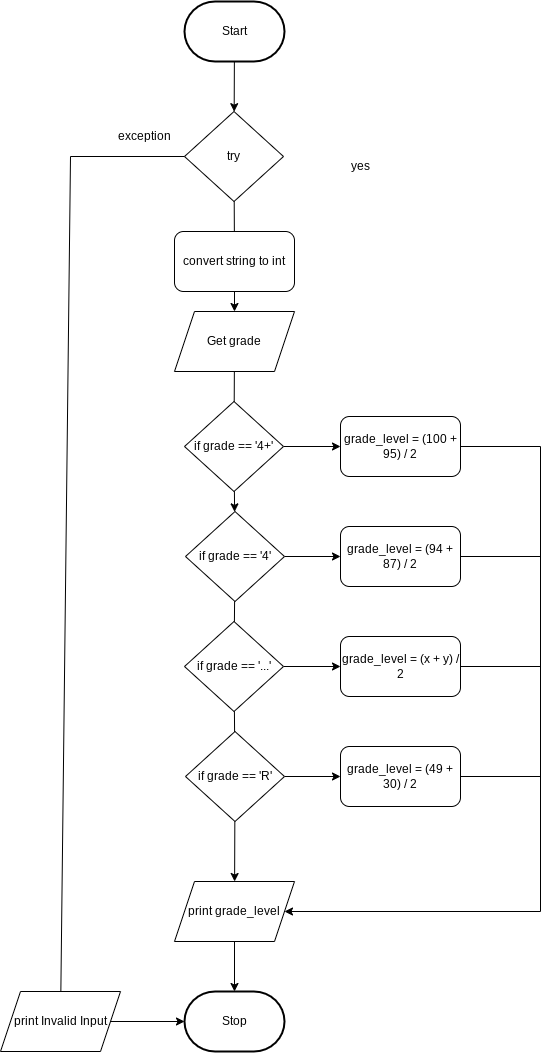
The draw.io diagram Drawio/FlowChart.png in JacksonNaufal/ICS3U-Unit5-03-Python, before a commit. Source tidied: cells renumbered, new cells last; positions are measured from the earlier drawing's top-left corner, leaving out a move shared by most shapes. Source of this version:
```xml
<mxGraphModel>
  <root>
    <mxCell id="0" />
    <mxCell id="1" parent="0" />
    <mxCell id="2" style="edgeStyle=none;html=1;" parent="1" edge="1" source="3" target="7">
      <mxGeometry relative="1" as="geometry" />
    </mxCell>
    <mxCell id="3" value="Start" style="strokeWidth=2;html=1;shape=mxgraph.flowchart.terminator;whiteSpace=wrap;" parent="1" vertex="1">
      <mxGeometry x="184" width="100" height="60" as="geometry" />
    </mxCell>
    <mxCell id="4" value="Stop" style="strokeWidth=2;html=1;shape=mxgraph.flowchart.terminator;whiteSpace=wrap;rounded=1;" parent="1" vertex="1">
      <mxGeometry x="184" y="990" width="100" height="60" as="geometry" />
    </mxCell>
    <mxCell id="5" style="edgeStyle=none;html=1;fontSize=12;entryX=0;entryY=0.5;entryDx=0;entryDy=0;entryPerimeter=0;rounded=0;startArrow=none;" parent="1" edge="1" source="12" target="4">
      <mxGeometry relative="1" as="geometry" />
    </mxCell>
    <mxCell id="6" style="edgeStyle=none;html=1;startArrow=none;" parent="1" edge="1" source="15" target="14">
      <mxGeometry relative="1" as="geometry" />
    </mxCell>
    <mxCell id="7" value="try" style="rhombus;whiteSpace=wrap;html=1;" parent="1" vertex="1">
      <mxGeometry x="184" y="110" width="99" height="90" as="geometry" />
    </mxCell>
    <mxCell id="8" style="edgeStyle=none;html=1;startArrow=none;" parent="1" edge="1" source="9" target="4">
      <mxGeometry relative="1" as="geometry" />
    </mxCell>
    <mxCell id="9" value="&lt;font style=&quot;font-size: 12px&quot;&gt;print grade_level&lt;/font&gt;" style="shape=parallelogram;perimeter=parallelogramPerimeter;whiteSpace=wrap;html=1;fixedSize=1;fontSize=8;" parent="1" vertex="1">
      <mxGeometry x="174" y="880" width="120" height="60" as="geometry" />
    </mxCell>
    <mxCell id="10" value="yes" style="text;html=1;strokeColor=none;fillColor=none;align=center;verticalAlign=middle;whiteSpace=wrap;rounded=0;fontSize=12;" parent="1" vertex="1">
      <mxGeometry x="330" y="150" width="60" height="30" as="geometry" />
    </mxCell>
    <mxCell id="11" value="exception" style="text;html=1;strokeColor=none;fillColor=none;align=center;verticalAlign=middle;whiteSpace=wrap;rounded=0;fontSize=12;" parent="1" vertex="1">
      <mxGeometry x="114" y="120" width="60" height="30" as="geometry" />
    </mxCell>
    <mxCell id="12" value="&lt;font style=&quot;font-size: 12px&quot;&gt;print Invalid Input&lt;/font&gt;" style="shape=parallelogram;perimeter=parallelogramPerimeter;whiteSpace=wrap;html=1;fixedSize=1;fontSize=8;" parent="1" vertex="1">
      <mxGeometry y="990" width="120" height="60" as="geometry" />
    </mxCell>
    <mxCell id="13" style="edgeStyle=none;html=1;fontSize=12;rounded=0;endArrow=none;" parent="1" edge="1" source="7" target="12">
      <mxGeometry relative="1" as="geometry">
        <Array as="points">
          <mxPoint x="70" y="155" />
        </Array>
      </mxGeometry>
    </mxCell>
    <mxCell id="14" value="Get grade" style="shape=parallelogram;perimeter=parallelogramPerimeter;whiteSpace=wrap;html=1;fixedSize=1;" parent="1" vertex="1">
      <mxGeometry x="174" y="310" width="120" height="60" as="geometry" />
    </mxCell>
    <mxCell id="15" value="convert string to int" style="rounded=1;whiteSpace=wrap;html=1;" parent="1" vertex="1">
      <mxGeometry x="174" y="230" width="120" height="60" as="geometry" />
    </mxCell>
    <mxCell id="16" style="edgeStyle=none;html=1;endArrow=none;" parent="1" edge="1" source="7" target="15">
      <mxGeometry relative="1" as="geometry" />
    </mxCell>
    <mxCell id="17" style="edgeStyle=none;html=1;" parent="1" edge="1" source="19" target="23">
      <mxGeometry relative="1" as="geometry" />
    </mxCell>
    <mxCell id="18" style="edgeStyle=none;html=1;" parent="1" edge="1" source="19" target="30">
      <mxGeometry relative="1" as="geometry" />
    </mxCell>
    <mxCell id="19" value="if grade == '4+'" style="rhombus;whiteSpace=wrap;html=1;" parent="1" vertex="1">
      <mxGeometry x="184" y="400" width="99" height="90" as="geometry" />
    </mxCell>
    <mxCell id="20" style="edgeStyle=none;html=1;endArrow=none;" parent="1" edge="1" source="14" target="19">
      <mxGeometry relative="1" as="geometry" />
    </mxCell>
    <mxCell id="21" style="edgeStyle=none;html=1;" parent="1" edge="1" source="23" target="32">
      <mxGeometry relative="1" as="geometry" />
    </mxCell>
    <mxCell id="22" style="edgeStyle=none;rounded=0;html=1;endArrow=none;endFill=0;" parent="1" edge="1" source="23" target="29">
      <mxGeometry relative="1" as="geometry" />
    </mxCell>
    <mxCell id="23" value="if grade == '4'" style="rhombus;whiteSpace=wrap;html=1;" parent="1" vertex="1">
      <mxGeometry x="185" y="510" width="99" height="90" as="geometry" />
    </mxCell>
    <mxCell id="24" style="edgeStyle=none;html=1;" parent="1" edge="1" source="26" target="34">
      <mxGeometry relative="1" as="geometry" />
    </mxCell>
    <mxCell id="25" style="edgeStyle=none;rounded=0;html=1;endArrow=classic;endFill=1;" parent="1" edge="1" source="26" target="9">
      <mxGeometry relative="1" as="geometry" />
    </mxCell>
    <mxCell id="26" value="if grade == 'R'" style="rhombus;whiteSpace=wrap;html=1;" parent="1" vertex="1">
      <mxGeometry x="185" y="730" width="99" height="90" as="geometry" />
    </mxCell>
    <mxCell id="27" style="edgeStyle=none;html=1;" parent="1" edge="1" source="29" target="37">
      <mxGeometry relative="1" as="geometry" />
    </mxCell>
    <mxCell id="28" style="edgeStyle=none;rounded=0;html=1;endArrow=none;endFill=0;" parent="1" edge="1" source="29" target="26">
      <mxGeometry relative="1" as="geometry" />
    </mxCell>
    <mxCell id="29" value="if grade == '...'" style="rhombus;whiteSpace=wrap;html=1;" parent="1" vertex="1">
      <mxGeometry x="184" y="620" width="99" height="90" as="geometry" />
    </mxCell>
    <mxCell id="30" value="grade_level = (100 + 95) / 2" style="rounded=1;whiteSpace=wrap;html=1;" parent="1" vertex="1">
      <mxGeometry x="340" y="415" width="120" height="60" as="geometry" />
    </mxCell>
    <mxCell id="31" style="edgeStyle=none;rounded=0;html=1;endArrow=none;endFill=0;" parent="1" edge="1" source="32">
      <mxGeometry relative="1" as="geometry">
        <mxPoint x="540" y="555" as="targetPoint" />
      </mxGeometry>
    </mxCell>
    <mxCell id="32" value="grade_level = (94 + 87) / 2" style="rounded=1;whiteSpace=wrap;html=1;" parent="1" vertex="1">
      <mxGeometry x="340" y="525" width="120" height="60" as="geometry" />
    </mxCell>
    <mxCell id="33" style="edgeStyle=none;rounded=0;html=1;endArrow=none;endFill=0;" parent="1" edge="1" source="34">
      <mxGeometry relative="1" as="geometry">
        <mxPoint x="540" y="775" as="targetPoint" />
      </mxGeometry>
    </mxCell>
    <mxCell id="34" value="grade_level = (49 + 30) / 2" style="rounded=1;whiteSpace=wrap;html=1;" parent="1" vertex="1">
      <mxGeometry x="340" y="745" width="120" height="60" as="geometry" />
    </mxCell>
    <mxCell id="35" style="edgeStyle=none;html=1;entryX=1;entryY=0.5;entryDx=0;entryDy=0;rounded=0;exitX=1;exitY=0.5;exitDx=0;exitDy=0;" parent="1" edge="1" source="30" target="9">
      <mxGeometry relative="1" as="geometry">
        <Array as="points">
          <mxPoint x="540" y="445" />
          <mxPoint x="540" y="910" />
        </Array>
      </mxGeometry>
    </mxCell>
    <mxCell id="36" style="edgeStyle=none;rounded=0;html=1;endArrow=none;endFill=0;" parent="1" edge="1" source="37">
      <mxGeometry relative="1" as="geometry">
        <mxPoint x="540" y="665" as="targetPoint" />
      </mxGeometry>
    </mxCell>
    <mxCell id="37" value="grade_level = (x + y) / 2" style="rounded=1;whiteSpace=wrap;html=1;" parent="1" vertex="1">
      <mxGeometry x="340" y="635" width="120" height="60" as="geometry" />
    </mxCell>
  </root>
</mxGraphModel>
```
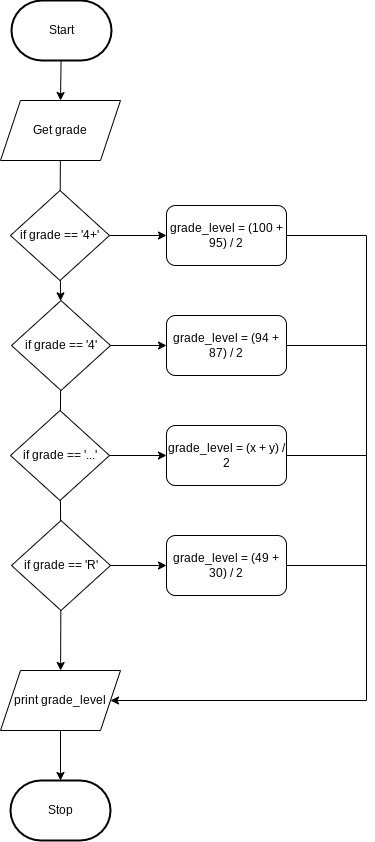
Above is the later version.

Diff of the diagram source:
```diff
@@ -2,55 +2,24 @@
   <root>
     <mxCell id="0" />
     <mxCell id="1" parent="0" />
-    <mxCell id="2" style="edgeStyle=none;html=1;" parent="1" edge="1" source="3" target="7">
-      <mxGeometry relative="1" as="geometry" />
-    </mxCell>
+    <mxCell id="38" style="edgeStyle=none;rounded=0;html=1;entryX=0.5;entryY=0;entryDx=0;entryDy=0;endArrow=classic;endFill=1;" parent="1" edge="1" source="3" target="14">
+      <mxGeometry relative="1" as="geometry" />
+    </mxCell>
     <mxCell id="3" value="Start" style="strokeWidth=2;html=1;shape=mxgraph.flowchart.terminator;whiteSpace=wrap;" parent="1" vertex="1">
-      <mxGeometry x="184" width="100" height="60" as="geometry" />
+      <mxGeometry x="185" y="210" width="100" height="60" as="geometry" />
     </mxCell>
     <mxCell id="4" value="Stop" style="strokeWidth=2;html=1;shape=mxgraph.flowchart.terminator;whiteSpace=wrap;rounded=1;" parent="1" vertex="1">
       <mxGeometry x="184" y="990" width="100" height="60" as="geometry" />
     </mxCell>
-    <mxCell id="5" style="edgeStyle=none;html=1;fontSize=12;entryX=0;entryY=0.5;entryDx=0;entryDy=0;entryPerimeter=0;rounded=0;startArrow=none;" parent="1" edge="1" source="12" target="4">
-      <mxGeometry relative="1" as="geometry" />
-    </mxCell>
-    <mxCell id="6" style="edgeStyle=none;html=1;startArrow=none;" parent="1" edge="1" source="15" target="14">
-      <mxGeometry relative="1" as="geometry" />
-    </mxCell>
-    <mxCell id="7" value="try" style="rhombus;whiteSpace=wrap;html=1;" parent="1" vertex="1">
-      <mxGeometry x="184" y="110" width="99" height="90" as="geometry" />
-    </mxCell>
     <mxCell id="8" style="edgeStyle=none;html=1;startArrow=none;" parent="1" edge="1" source="9" target="4">
       <mxGeometry relative="1" as="geometry" />
     </mxCell>
     <mxCell id="9" value="&lt;font style=&quot;font-size: 12px&quot;&gt;print grade_level&lt;/font&gt;" style="shape=parallelogram;perimeter=parallelogramPerimeter;whiteSpace=wrap;html=1;fixedSize=1;fontSize=8;" parent="1" vertex="1">
       <mxGeometry x="174" y="880" width="120" height="60" as="geometry" />
     </mxCell>
-    <mxCell id="10" value="yes" style="text;html=1;strokeColor=none;fillColor=none;align=center;verticalAlign=middle;whiteSpace=wrap;rounded=0;fontSize=12;" parent="1" vertex="1">
-      <mxGeometry x="330" y="150" width="60" height="30" as="geometry" />
-    </mxCell>
-    <mxCell id="11" value="exception" style="text;html=1;strokeColor=none;fillColor=none;align=center;verticalAlign=middle;whiteSpace=wrap;rounded=0;fontSize=12;" parent="1" vertex="1">
-      <mxGeometry x="114" y="120" width="60" height="30" as="geometry" />
-    </mxCell>
-    <mxCell id="12" value="&lt;font style=&quot;font-size: 12px&quot;&gt;print Invalid Input&lt;/font&gt;" style="shape=parallelogram;perimeter=parallelogramPerimeter;whiteSpace=wrap;html=1;fixedSize=1;fontSize=8;" parent="1" vertex="1">
-      <mxGeometry y="990" width="120" height="60" as="geometry" />
-    </mxCell>
-    <mxCell id="13" style="edgeStyle=none;html=1;fontSize=12;rounded=0;endArrow=none;" parent="1" edge="1" source="7" target="12">
-      <mxGeometry relative="1" as="geometry">
-        <Array as="points">
-          <mxPoint x="70" y="155" />
-        </Array>
-      </mxGeometry>
-    </mxCell>
     <mxCell id="14" value="Get grade" style="shape=parallelogram;perimeter=parallelogramPerimeter;whiteSpace=wrap;html=1;fixedSize=1;" parent="1" vertex="1">
       <mxGeometry x="174" y="310" width="120" height="60" as="geometry" />
     </mxCell>
-    <mxCell id="15" value="convert string to int" style="rounded=1;whiteSpace=wrap;html=1;" parent="1" vertex="1">
-      <mxGeometry x="174" y="230" width="120" height="60" as="geometry" />
-    </mxCell>
-    <mxCell id="16" style="edgeStyle=none;html=1;endArrow=none;" parent="1" edge="1" source="7" target="15">
-      <mxGeometry relative="1" as="geometry" />
-    </mxCell>
     <mxCell id="17" style="edgeStyle=none;html=1;" parent="1" edge="1" source="19" target="23">
       <mxGeometry relative="1" as="geometry" />
     </mxCell>
```
